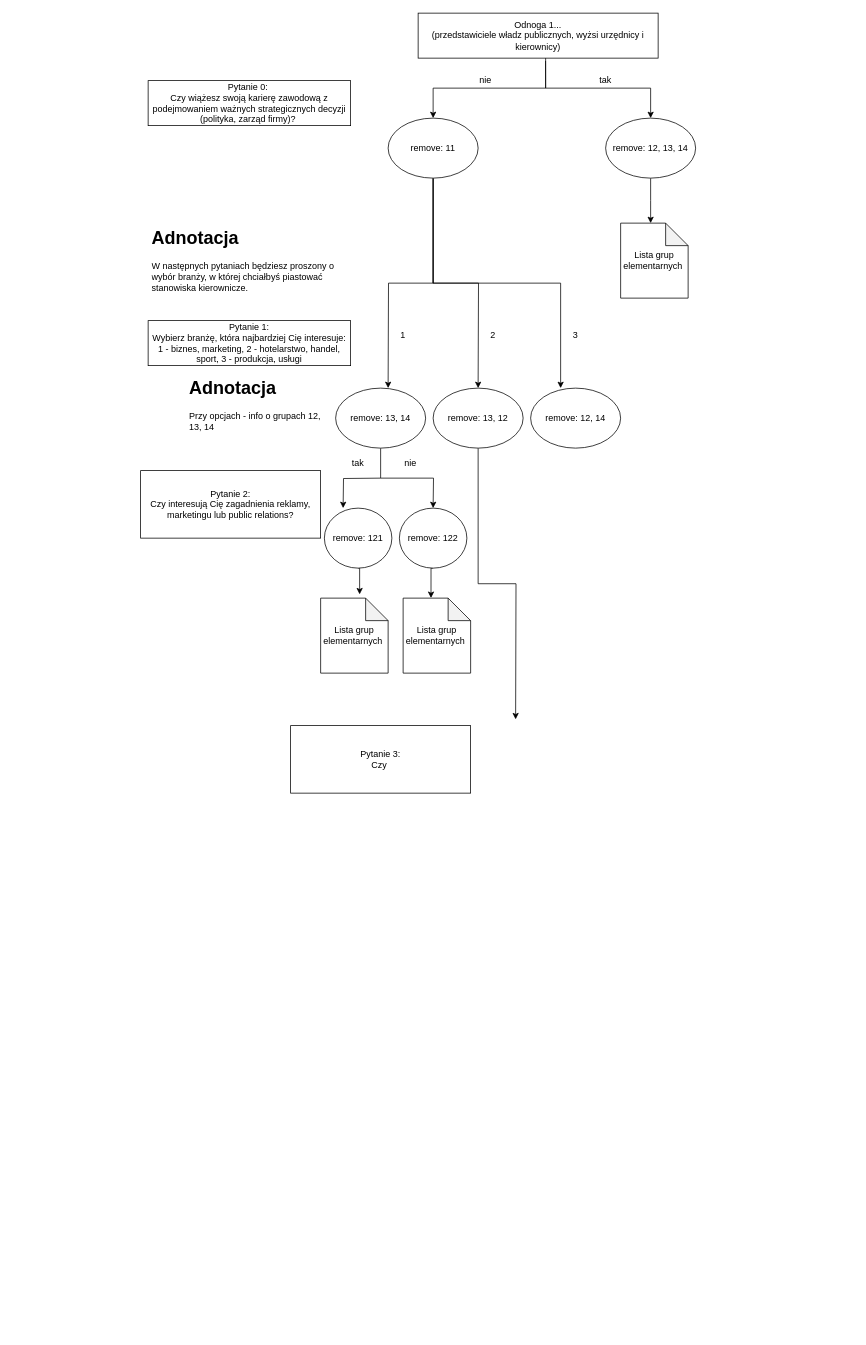
Above: Grupa1.drawio in aniauli/TiaraPrzydzialu (draw.io), before the change. Source tidied: cells renumbered, new cells numbered last; positions are measured from the earlier drawing's top-left corner, leaving out a move shared by most shapes. Both pictures are drawn from the tidied source at 75%, with x=0, y=0 at pixel (140, 13).
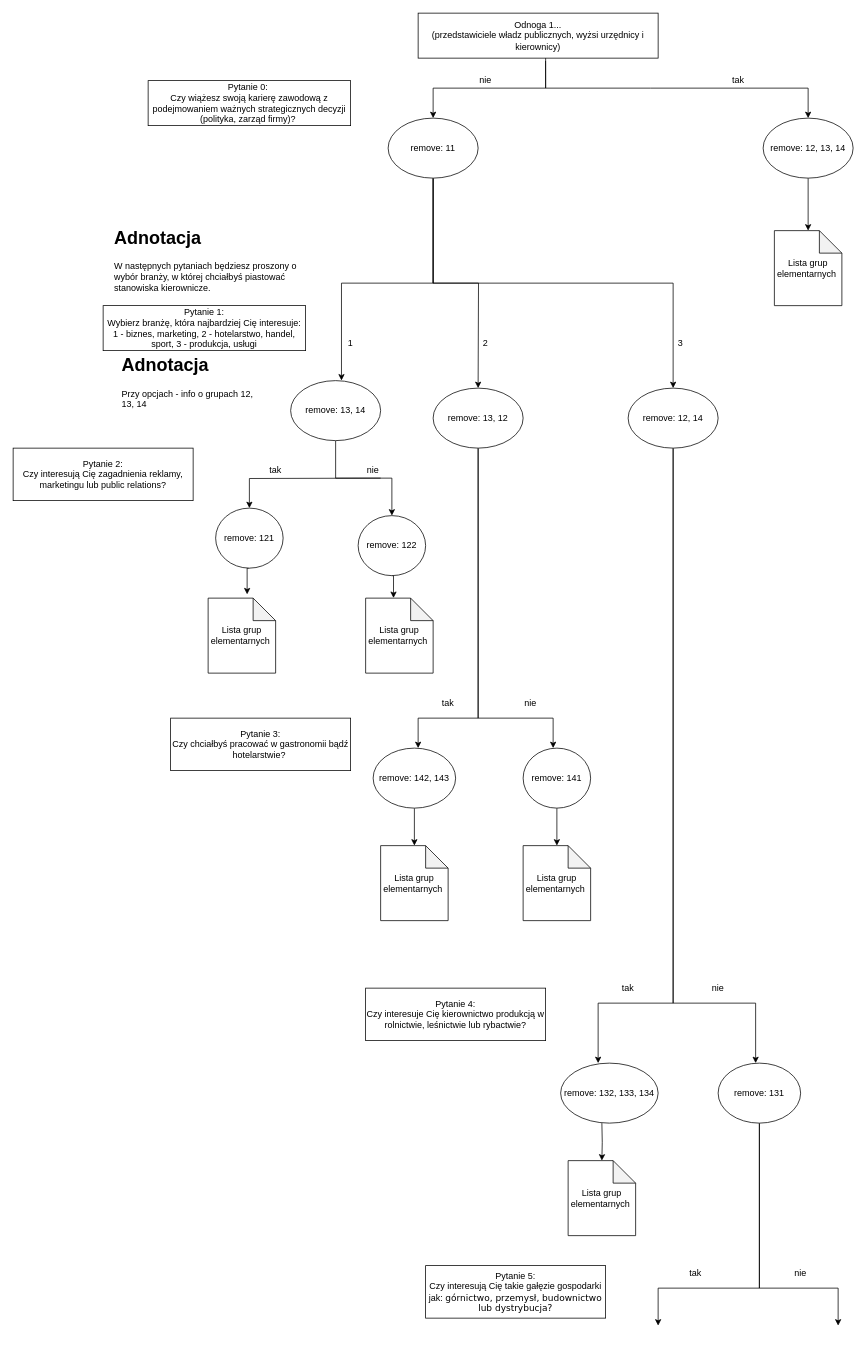
The same page after the edit.

The change refers to these unchanged cells:
```xml
<mxCell id="13" value="remove: 11" style="ellipse;whiteSpace=wrap;html=1;" parent="1" vertex="1">
  <mxGeometry x="330" y="140" width="120" height="80" as="geometry" />
</mxCell>
<mxCell id="25" value="remove: 13, 12" style="ellipse;whiteSpace=wrap;html=1;" parent="1" vertex="1">
  <mxGeometry x="390" y="500" width="120" height="80" as="geometry" />
</mxCell>
```

The edit, as a diff of the source:
```diff
@@
-    <mxCell id="5" style="endArrow=classic;html=1;rounded=0;" parent="1" edge="1">
+    <mxCell id="5" style="endArrow=classic;html=1;rounded=0;entryX=0.5;entryY=0;entryDx=0;entryDy=0;" parent="1" edge="1" target="9">
       <mxGeometry relative="1" as="geometry">
         <mxPoint x="540" y="60" as="sourcePoint" />
-        <mxPoint x="680" y="140" as="targetPoint" />
         <Array as="points">
           <mxPoint x="540" y="100" />
           <mxPoint x="680" y="100" />
+          <mxPoint x="890" y="100" />
         </Array>
       </mxGeometry>
     </mxCell>
@@
     <mxCell id="7" value="tak" style="text;html=1;strokeColor=none;fillColor=none;align=center;verticalAlign=middle;whiteSpace=wrap;rounded=0;" parent="1" vertex="1">
-      <mxGeometry x="600" y="80" width="40" height="20" as="geometry" />
+      <mxGeometry x="777" y="80" width="40" height="20" as="geometry" />
     </mxCell>
-    <mxCell id="8" style="edgeStyle=orthogonalEdgeStyle;rounded=0;jettySize=auto;html=1;exitX=0.5;exitY=1;exitDx=0;exitDy=0;" parent="1" edge="1" source="9">
-      <mxGeometry relative="1" as="geometry">
-        <mxPoint x="680" y="280" as="targetPoint" />
-      </mxGeometry>
+    <mxCell id="8" style="edgeStyle=orthogonalEdgeStyle;rounded=0;jettySize=auto;html=1;exitX=0.5;exitY=1;exitDx=0;exitDy=0;entryX=0.5;entryY=0;entryDx=0;entryDy=0;entryPerimeter=0;" parent="1" edge="1" source="9" target="14">
+      <mxGeometry relative="1" as="geometry" />
     </mxCell>
     <mxCell id="9" value="remove: 12, 13, 14" style="ellipse;whiteSpace=wrap;html=1;" parent="1" vertex="1">
-      <mxGeometry x="620" y="140" width="120" height="80" as="geometry" />
+      <mxGeometry x="830" y="140" width="120" height="80" as="geometry" />
     </mxCell>
-    <mxCell id="10" style="edgeStyle=orthogonalEdgeStyle;rounded=0;jettySize=auto;html=1;" parent="1" edge="1" source="13">
+    <mxCell id="10" style="edgeStyle=orthogonalEdgeStyle;rounded=0;jettySize=auto;html=1;entryX=0.565;entryY=-0.002;entryDx=0;entryDy=0;entryPerimeter=0;" parent="1" edge="1" source="13" target="23">
       <mxGeometry relative="1" as="geometry">
-        <mxPoint x="330" y="500" as="targetPoint" />
+        <Array as="points">
+          <mxPoint x="390" y="360" />
+          <mxPoint x="268" y="360" />
+        </Array>
       </mxGeometry>
     </mxCell>
@@
-    <mxCell id="12" style="edgeStyle=orthogonalEdgeStyle;rounded=0;jettySize=auto;html=1;" parent="1" edge="1" source="13">
+    <mxCell id="12" style="edgeStyle=orthogonalEdgeStyle;rounded=0;jettySize=auto;html=1;entryX=0.5;entryY=0;entryDx=0;entryDy=0;" parent="1" edge="1" source="13" target="26">
       <mxGeometry relative="1" as="geometry">
-        <mxPoint x="560" y="500" as="targetPoint" />
         <Array as="points">
           <mxPoint x="390" y="360" />
-          <mxPoint x="560" y="360" />
+          <mxPoint x="710" y="360" />
+          <mxPoint x="710" y="500" />
         </Array>
       </mxGeometry>
     </mxCell>
@@
     <mxCell id="14" value="Lista grup elementarnych&amp;nbsp;" style="shape=note;whiteSpace=wrap;html=1;backgroundOutline=1;darkOpacity=0.05;" parent="1" vertex="1">
-      <mxGeometry x="640" y="280" width="90" height="100" as="geometry" />
+      <mxGeometry x="845" y="290" width="90" height="100" as="geometry" />
     </mxCell>
     <mxCell id="15" value="Pytanie 1:&lt;br&gt;Wybierz branżę, która najbardziej Cię interesuje:&lt;br&gt;1 - biznes, marketing, 2 - hotelarstwo, handel, sport, 3 - produkcja, usługi" style="rounded=0;whiteSpace=wrap;html=1;" parent="1" vertex="1">
-      <mxGeometry x="10" y="410" width="270" height="60" as="geometry" />
+      <mxGeometry x="-50" y="390" width="270" height="60" as="geometry" />
     </mxCell>
     <mxCell id="16" value="&lt;h1&gt;Adnotacja&amp;nbsp;&lt;/h1&gt;&lt;p&gt;W następnych pytaniach będziesz proszony o wybór branży, w której chciałbyś piastować stanowiska kierownicze.&amp;nbsp;&lt;/p&gt;" style="text;html=1;strokeColor=none;fillColor=none;spacing=5;spacingTop=-20;whiteSpace=wrap;overflow=hidden;rounded=0;" parent="1" vertex="1">
-      <mxGeometry x="10" y="280" width="270" height="120" as="geometry" />
+      <mxGeometry x="-40" y="280" width="270" height="120" as="geometry" />
     </mxCell>
     <mxCell id="17" value="1" style="text;html=1;strokeColor=none;fillColor=none;align=center;verticalAlign=middle;whiteSpace=wrap;rounded=0;" parent="1" vertex="1">
-      <mxGeometry x="340" y="420" width="20" height="20" as="geometry" />
+      <mxGeometry x="270" y="430" width="20" height="20" as="geometry" />
     </mxCell>
     <mxCell id="18" value="2" style="text;html=1;strokeColor=none;fillColor=none;align=center;verticalAlign=middle;whiteSpace=wrap;rounded=0;" parent="1" vertex="1">
-      <mxGeometry x="460" y="420" width="20" height="20" as="geometry" />
+      <mxGeometry x="450" y="430" width="20" height="20" as="geometry" />
     </mxCell>
     <mxCell id="19" value="3" style="text;html=1;strokeColor=none;fillColor=none;align=center;verticalAlign=middle;whiteSpace=wrap;rounded=0;" parent="1" vertex="1">
-      <mxGeometry x="570" y="420" width="20" height="20" as="geometry" />
+      <mxGeometry x="710" y="430" width="20" height="20" as="geometry" />
     </mxCell>
     <mxCell id="20" value="&lt;h1&gt;Adnotacja&lt;/h1&gt;&lt;p&gt;Przy opcjach - info o grupach 12, 13, 14&lt;/p&gt;&lt;p&gt;&lt;br&gt;&lt;/p&gt;" style="text;html=1;strokeColor=none;fillColor=none;spacing=5;spacingTop=-20;whiteSpace=wrap;overflow=hidden;rounded=0;" parent="1" vertex="1">
-      <mxGeometry x="60" y="480" width="190" height="120" as="geometry" />
+      <mxGeometry x="-30" y="450" width="190" height="90" as="geometry" />
     </mxCell>
-    <mxCell id="21" style="edgeStyle=orthogonalEdgeStyle;rounded=0;orthogonalLoop=1;jettySize=auto;html=1;" parent="1" edge="1">
+    <mxCell id="21" style="edgeStyle=orthogonalEdgeStyle;rounded=0;jettySize=auto;html=1;entryX=0.5;entryY=0;entryDx=0;entryDy=0;" parent="1" edge="1" target="31">
       <mxGeometry relative="1" as="geometry">
         <mxPoint x="320" y="620" as="sourcePoint" />
-        <mxPoint x="270" y="660" as="targetPoint" />
       </mxGeometry>
     </mxCell>
-    <mxCell id="22" style="edgeStyle=orthogonalEdgeStyle;rounded=0;jettySize=auto;html=1;exitX=0.5;exitY=1;exitDx=0;exitDy=0;" parent="1" edge="1" source="23">
+    <mxCell id="22" style="edgeStyle=orthogonalEdgeStyle;rounded=0;jettySize=auto;html=1;exitX=0.5;exitY=1;exitDx=0;exitDy=0;entryX=0.5;entryY=0;entryDx=0;entryDy=0;" parent="1" edge="1" source="23" target="33">
       <mxGeometry relative="1" as="geometry">
-        <mxPoint x="390" y="660" as="targetPoint" />
+        <Array as="points">
+          <mxPoint x="260" y="620" />
+          <mxPoint x="335" y="620" />
+        </Array>
       </mxGeometry>
     </mxCell>
     <mxCell id="23" value="remove: 13, 14" style="ellipse;whiteSpace=wrap;html=1;" parent="1" vertex="1">
-      <mxGeometry x="260" y="500" width="120" height="80" as="geometry" />
+      <mxGeometry x="200" y="490" width="120" height="80" as="geometry" />
     </mxCell>
     <mxCell id="24" style="edgeStyle=orthogonalEdgeStyle;rounded=0;jettySize=auto;html=1;exitX=0.5;exitY=1;exitDx=0;exitDy=0;" parent="1" edge="1" source="25">
       <mxGeometry relative="1" as="geometry">
-        <mxPoint x="500" y="941.6" as="targetPoint" />
+        <mxPoint x="370" y="980" as="targetPoint" />
+        <Array as="points">
+          <mxPoint x="450" y="940" />
+          <mxPoint x="370" y="940" />
+          <mxPoint x="370" y="980" />
+        </Array>
       </mxGeometry>
     </mxCell>
+    <mxCell id="37" style="edgeStyle=orthogonalEdgeStyle;rounded=0;jettySize=auto;html=1;" parent="1" edge="1" source="25">
+      <mxGeometry relative="1" as="geometry">
+        <mxPoint x="550" y="980" as="targetPoint" />
+        <Array as="points">
+          <mxPoint x="450" y="940" />
+          <mxPoint x="550" y="940" />
+          <mxPoint x="550" y="980" />
+        </Array>
+      </mxGeometry>
+    </mxCell>
@@
+    <mxCell id="38" style="edgeStyle=orthogonalEdgeStyle;rounded=0;jettySize=auto;html=1;exitX=0.5;exitY=1;exitDx=0;exitDy=0;" parent="1" edge="1" source="26">
+      <mxGeometry relative="1" as="geometry">
+        <mxPoint x="610" y="1400" as="targetPoint" />
+        <Array as="points">
+          <mxPoint x="710" y="1320" />
+          <mxPoint x="610" y="1320" />
+        </Array>
+      </mxGeometry>
+    </mxCell>
+    <mxCell id="39" style="edgeStyle=orthogonalEdgeStyle;rounded=0;jettySize=auto;html=1;" parent="1" edge="1" source="26">
+      <mxGeometry relative="1" as="geometry">
+        <mxPoint x="820" y="1400" as="targetPoint" />
+        <Array as="points">
+          <mxPoint x="710" y="1320" />
+          <mxPoint x="820" y="1320" />
+        </Array>
+      </mxGeometry>
+    </mxCell>
     <mxCell id="26" value="remove: 12, 14" style="ellipse;whiteSpace=wrap;html=1;" parent="1" vertex="1">
-      <mxGeometry x="520" y="500" width="120" height="80" as="geometry" />
+      <mxGeometry x="650" y="500" width="120" height="80" as="geometry" />
     </mxCell>
     <mxCell id="27" value="Pytanie 2:&lt;br&gt;Czy interesują Cię zagadnienia reklamy, marketingu lub public relations?" style="rounded=0;whiteSpace=wrap;html=1;" parent="1" vertex="1">
-      <mxGeometry y="610" width="240" height="90" as="geometry" />
+      <mxGeometry x="-170" y="580" width="240" height="70" as="geometry" />
     </mxCell>
     <mxCell id="28" value="tak" style="text;html=1;strokeColor=none;fillColor=none;align=center;verticalAlign=middle;whiteSpace=wrap;rounded=0;" parent="1" vertex="1">
-      <mxGeometry x="270" y="590" width="40" height="20" as="geometry" />
+      <mxGeometry x="160" y="600" width="40" height="20" as="geometry" />
     </mxCell>
     <mxCell id="29" value="nie" style="text;html=1;strokeColor=none;fillColor=none;align=center;verticalAlign=middle;whiteSpace=wrap;rounded=0;" parent="1" vertex="1">
-      <mxGeometry x="340" y="590" width="40" height="20" as="geometry" />
+      <mxGeometry x="290" y="600" width="40" height="20" as="geometry" />
     </mxCell>
@@
     <mxCell id="31" value="remove: 121" style="ellipse;whiteSpace=wrap;html=1;" parent="1" vertex="1">
-      <mxGeometry x="245" y="660" width="90" height="80" as="geometry" />
+      <mxGeometry x="100" y="660" width="90" height="80" as="geometry" />
     </mxCell>
@@
     <mxCell id="33" value="remove: 122" style="ellipse;whiteSpace=wrap;html=1;" parent="1" vertex="1">
-      <mxGeometry x="345" y="660" width="90" height="80" as="geometry" />
+      <mxGeometry x="290" y="670" width="90" height="80" as="geometry" />
     </mxCell>
     <mxCell id="34" value="Lista grup elementarnych&amp;nbsp;" style="shape=note;whiteSpace=wrap;html=1;backgroundOutline=1;darkOpacity=0.05;" parent="1" vertex="1">
-      <mxGeometry x="240" y="780" width="90" height="100" as="geometry" />
+      <mxGeometry x="90" y="780" width="90" height="100" as="geometry" />
     </mxCell>
     <mxCell id="35" value="Lista grup elementarnych&amp;nbsp;" style="shape=note;whiteSpace=wrap;html=1;backgroundOutline=1;darkOpacity=0.05;" parent="1" vertex="1">
-      <mxGeometry x="350" y="780" width="90" height="100" as="geometry" />
+      <mxGeometry x="300" y="780" width="90" height="100" as="geometry" />
     </mxCell>
-    <mxCell id="36" value="Pytanie 3:&lt;br&gt;Czy&amp;nbsp;" style="rounded=0;whiteSpace=wrap;html=1;" parent="1" vertex="1">
-      <mxGeometry x="200" y="950" width="240" height="90" as="geometry" />
+    <mxCell id="36" value="Pytanie 3:&lt;br&gt;Czy chciałbyś pracować w gastronomii bądź hotelarstwie?&amp;nbsp;" style="rounded=0;whiteSpace=wrap;html=1;" parent="1" vertex="1">
+      <mxGeometry x="40" y="940" width="240" height="70" as="geometry" />
     </mxCell>
+    <mxCell id="40" style="edgeStyle=orthogonalEdgeStyle;rounded=0;jettySize=auto;html=1;exitX=0.5;exitY=1;exitDx=0;exitDy=0;entryX=0.5;entryY=0;entryDx=0;entryDy=0;entryPerimeter=0;" parent="1" edge="1" source="41" target="46">
+      <mxGeometry relative="1" as="geometry" />
+    </mxCell>
+    <mxCell id="41" value="remove: 142, 143" style="ellipse;whiteSpace=wrap;html=1;" parent="1" vertex="1">
+      <mxGeometry x="310" y="980" width="110" height="80" as="geometry" />
+    </mxCell>
+    <mxCell id="42" style="edgeStyle=orthogonalEdgeStyle;rounded=0;jettySize=auto;html=1;exitX=0.5;exitY=1;exitDx=0;exitDy=0;entryX=0.5;entryY=0;entryDx=0;entryDy=0;entryPerimeter=0;" parent="1" edge="1" source="43" target="47">
+      <mxGeometry relative="1" as="geometry" />
+    </mxCell>
+    <mxCell id="43" value="remove: 141" style="ellipse;whiteSpace=wrap;html=1;" parent="1" vertex="1">
+      <mxGeometry x="510" y="980" width="90" height="80" as="geometry" />
+    </mxCell>
+    <mxCell id="44" value="tak" style="text;html=1;strokeColor=none;fillColor=none;align=center;verticalAlign=middle;whiteSpace=wrap;rounded=0;" parent="1" vertex="1">
+      <mxGeometry x="390" y="910" width="40" height="20" as="geometry" />
+    </mxCell>
+    <mxCell id="45" value="nie" style="text;html=1;strokeColor=none;fillColor=none;align=center;verticalAlign=middle;whiteSpace=wrap;rounded=0;" parent="1" vertex="1">
+      <mxGeometry x="500" y="910" width="40" height="20" as="geometry" />
+    </mxCell>
+    <mxCell id="46" value="Lista grup elementarnych&amp;nbsp;" style="shape=note;whiteSpace=wrap;html=1;backgroundOutline=1;darkOpacity=0.05;" parent="1" vertex="1">
+      <mxGeometry x="320" y="1110" width="90" height="100" as="geometry" />
+    </mxCell>
+    <mxCell id="47" value="Lista grup elementarnych&amp;nbsp;" style="shape=note;whiteSpace=wrap;html=1;backgroundOutline=1;darkOpacity=0.05;" parent="1" vertex="1">
+      <mxGeometry x="510" y="1110" width="90" height="100" as="geometry" />
+    </mxCell>
+    <mxCell id="48" value="Pytanie 4:&lt;br&gt;Czy interesuje Cię kierownictwo produkcją w rolnictwie, leśnictwie lub rybactwie?" style="rounded=0;whiteSpace=wrap;html=1;" parent="1" vertex="1">
+      <mxGeometry x="300" y="1300" width="240" height="70" as="geometry" />
+    </mxCell>
+    <mxCell id="49" value="tak" style="text;html=1;strokeColor=none;fillColor=none;align=center;verticalAlign=middle;whiteSpace=wrap;rounded=0;" parent="1" vertex="1">
+      <mxGeometry x="630" y="1290" width="40" height="20" as="geometry" />
+    </mxCell>
+    <mxCell id="50" value="nie" style="text;html=1;strokeColor=none;fillColor=none;align=center;verticalAlign=middle;whiteSpace=wrap;rounded=0;" parent="1" vertex="1">
+      <mxGeometry x="750" y="1290" width="40" height="20" as="geometry" />
+    </mxCell>
+    <mxCell id="51" value="remove: 132, 133, 134" style="ellipse;whiteSpace=wrap;html=1;" parent="1" vertex="1">
+      <mxGeometry x="560" y="1400" width="130" height="80" as="geometry" />
+    </mxCell>
+    <mxCell id="52" style="edgeStyle=orthogonalEdgeStyle;rounded=0;jettySize=auto;html=1;" parent="1" edge="1" source="54">
+      <mxGeometry relative="1" as="geometry">
+        <mxPoint x="690" y="1750" as="targetPoint" />
+        <Array as="points">
+          <mxPoint x="825" y="1700" />
+          <mxPoint x="690" y="1700" />
+        </Array>
+      </mxGeometry>
+    </mxCell>
+    <mxCell id="53" style="edgeStyle=orthogonalEdgeStyle;rounded=0;jettySize=auto;html=1;" parent="1" edge="1" source="54">
+      <mxGeometry relative="1" as="geometry">
+        <mxPoint x="930" y="1750" as="targetPoint" />
+        <Array as="points">
+          <mxPoint x="825" y="1700" />
+          <mxPoint x="930" y="1700" />
+        </Array>
+      </mxGeometry>
+    </mxCell>
+    <mxCell id="54" value="remove: 131" style="ellipse;whiteSpace=wrap;html=1;" parent="1" vertex="1">
+      <mxGeometry x="770" y="1400" width="110" height="80" as="geometry" />
+    </mxCell>
+    <mxCell id="55" style="edgeStyle=orthogonalEdgeStyle;rounded=0;jettySize=auto;html=1;exitX=0.5;exitY=1;exitDx=0;exitDy=0;entryX=0.5;entryY=0;entryDx=0;entryDy=0;entryPerimeter=0;" parent="1" edge="1" target="56">
+      <mxGeometry relative="1" as="geometry">
+        <mxPoint x="615" y="1480" as="sourcePoint" />
+      </mxGeometry>
+    </mxCell>
+    <mxCell id="56" value="Lista grup elementarnych&amp;nbsp;" style="shape=note;whiteSpace=wrap;html=1;backgroundOutline=1;darkOpacity=0.05;" parent="1" vertex="1">
+      <mxGeometry x="570" y="1530" width="90" height="100" as="geometry" />
+    </mxCell>
+    <mxCell id="57" value="Pytanie 5:&lt;br&gt;Czy interesują Cię takie gałęzie gospodarki jak:&amp;nbsp;&lt;span style=&quot;font-family: &amp;#34;verdana&amp;#34; ; text-align: left&quot;&gt;górnictwo, przemysł, budownictwo lub dystrybucja?&lt;/span&gt;" style="rounded=0;whiteSpace=wrap;html=1;" parent="1" vertex="1">
+      <mxGeometry x="380" y="1670" width="240" height="70" as="geometry" />
+    </mxCell>
+    <mxCell id="58" value="tak" style="text;html=1;strokeColor=none;fillColor=none;align=center;verticalAlign=middle;whiteSpace=wrap;rounded=0;" parent="1" vertex="1">
+      <mxGeometry x="720" y="1670" width="40" height="20" as="geometry" />
+    </mxCell>
+    <mxCell id="59" value="nie" style="text;html=1;strokeColor=none;fillColor=none;align=center;verticalAlign=middle;whiteSpace=wrap;rounded=0;" parent="1" vertex="1">
+      <mxGeometry x="860" y="1670" width="40" height="20" as="geometry" />
+    </mxCell>
```
